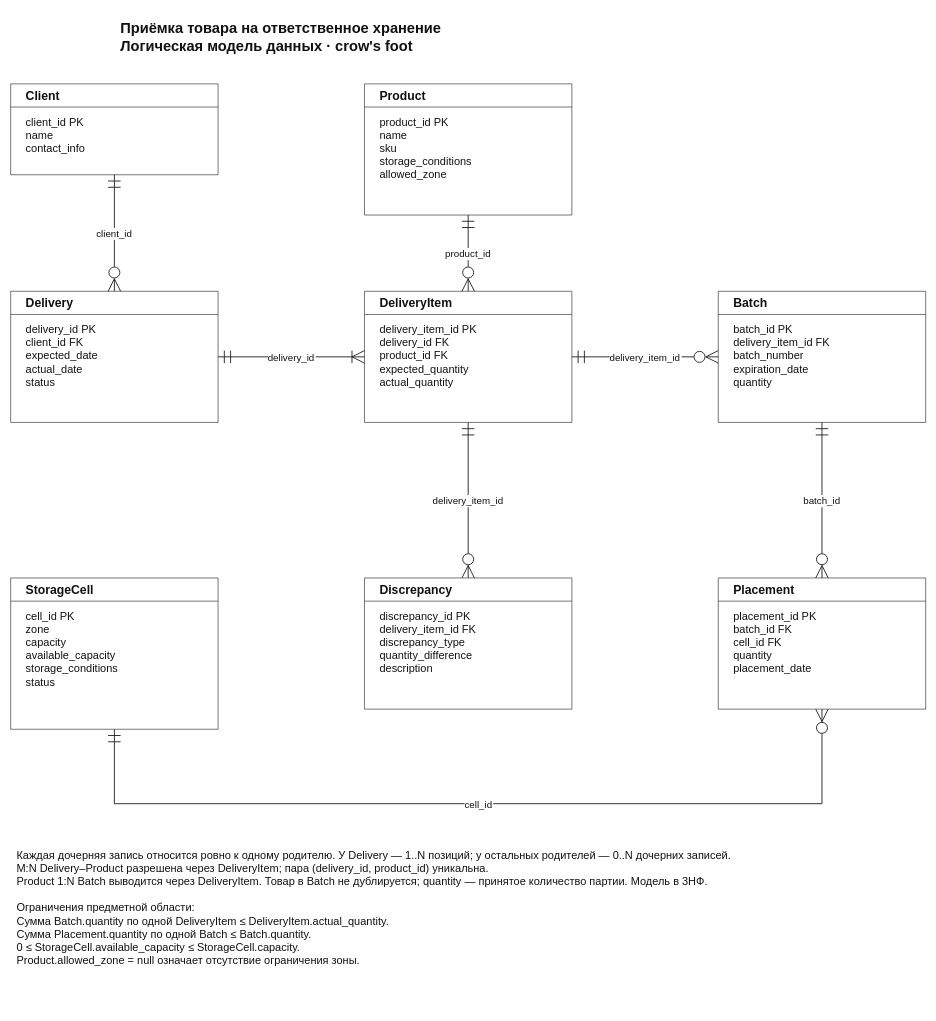
This is models/er_logical.drawio from alex020160/warehouse-responsible-storage, a draw.io file, before an edit. Source tidied: cells renumbered, new cells numbered last; positions are measured from the earlier drawing's top-left corner, leaving out a move shared by most shapes. Both pictures are drawn from the tidied source at 61%, with x=0, y=0 at pixel (10, 10).
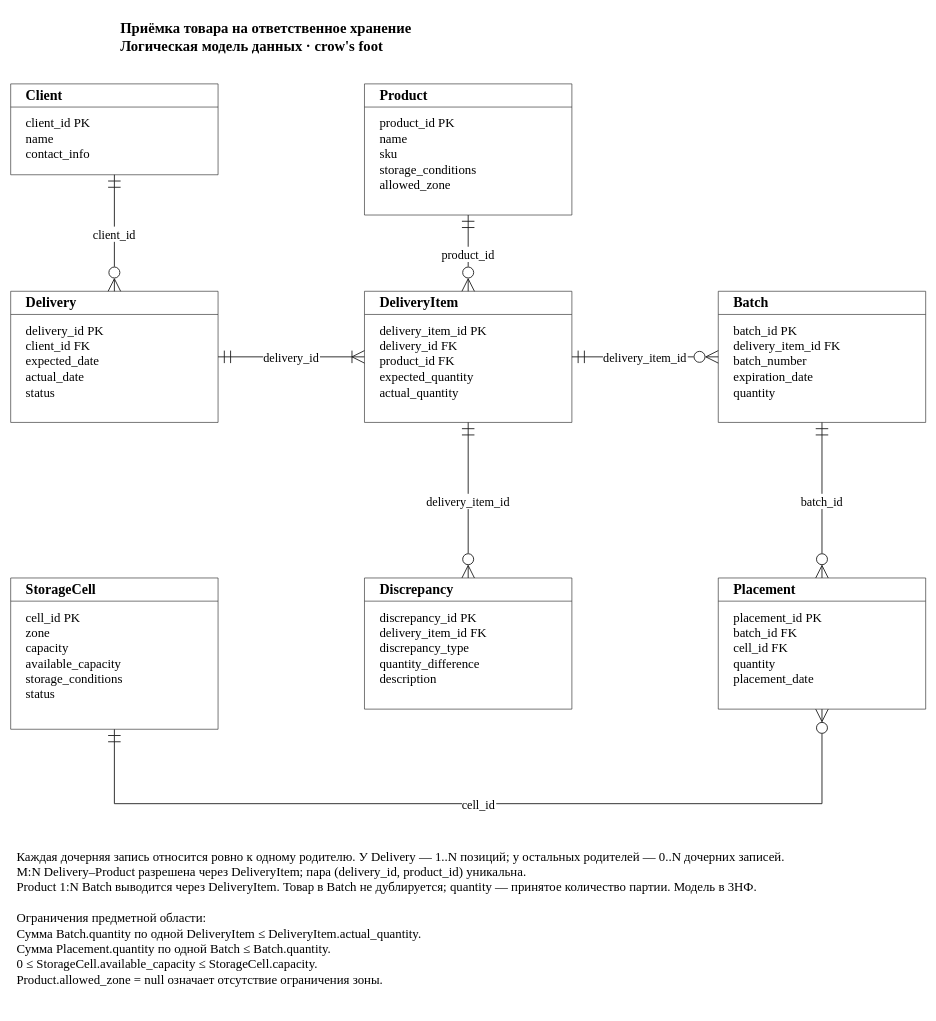
After the change.

Change to the diagram source:
```diff
@@
-    <mxCell id="2" value="Приёмка товара на ответственное хранение&#10;Логическая модель данных · crow's foot" style="text;strokeColor=none;fillColor=none;whiteSpace=wrap;html=0;fontFamily=Arial;fontSize=17;fontColor=#111111;strokeColor=#222222;fillColor=#ffffff;spacing=10;fontSize=24;fontStyle=1;strokeColor=none;fillColor=none;" parent="1" vertex="1">
+    <mxCell id="2" value="Приёмка товара на ответственное хранение&#10;Логическая модель данных · crow's foot" style="text;strokeColor=none;fillColor=none;whiteSpace=wrap;html=0;fontFamily=Times New Roman;fontSize=24;fontColor=#000000;spacing=10;fontStyle=1;" parent="1" vertex="1">
       <mxGeometry x="170" width="1300" height="75" as="geometry" />
     </mxCell>
-    <mxCell id="3" value="Client" style="swimlane;startSize=38;horizontal=1;rounded=0;whiteSpace=wrap;html=0;fontFamily=Arial;fontSize=17;fontColor=#111111;strokeColor=#222222;fillColor=#ffffff;spacing=10;fontSize=20;fontStyle=1;align=left;spacingLeft=15;" parent="1" vertex="1">
+    <mxCell id="3" value="Client" style="swimlane;startSize=38;horizontal=1;rounded=0;whiteSpace=wrap;html=0;fontFamily=Times New Roman;fontSize=23;fontColor=#000000;strokeColor=#222222;fillColor=#ffffff;spacing=10;fontStyle=1;align=left;spacingLeft=15;" parent="1" vertex="1">
       <mxGeometry y="120" width="340" height="149" as="geometry" />
     </mxCell>
-    <mxCell id="4" value="client_id  PK&#10;name&#10;contact_info" style="text;strokeColor=none;fillColor=none;whiteSpace=wrap;html=0;fontFamily=Arial;fontSize=17;fontColor=#111111;strokeColor=#222222;fillColor=#ffffff;spacing=10;align=left;verticalAlign=top;fontSize=18;spacingLeft=15;strokeColor=none;fillColor=none;" parent="3" vertex="1">
+    <mxCell id="4" value="client_id  PK&#10;name&#10;contact_info" style="text;strokeColor=none;fillColor=none;whiteSpace=wrap;html=0;fontFamily=Times New Roman;fontSize=21;fontColor=#000000;spacing=10;align=left;verticalAlign=top;spacingLeft=15;" parent="3" vertex="1">
       <mxGeometry y="38" width="340" height="111" as="geometry" />
     </mxCell>
-    <mxCell id="5" value="Delivery" style="swimlane;startSize=38;horizontal=1;rounded=0;whiteSpace=wrap;html=0;fontFamily=Arial;fontSize=17;fontColor=#111111;strokeColor=#222222;fillColor=#ffffff;spacing=10;fontSize=20;fontStyle=1;align=left;spacingLeft=15;" parent="1" vertex="1">
+    <mxCell id="5" value="Delivery" style="swimlane;startSize=38;horizontal=1;rounded=0;whiteSpace=wrap;html=0;fontFamily=Times New Roman;fontSize=23;fontColor=#000000;strokeColor=#222222;fillColor=#ffffff;spacing=10;fontStyle=1;align=left;spacingLeft=15;" parent="1" vertex="1">
       <mxGeometry y="460" width="340" height="215" as="geometry" />
     </mxCell>
-    <mxCell id="6" value="delivery_id  PK&#10;client_id  FK&#10;expected_date&#10;actual_date&#10;status" style="text;strokeColor=none;fillColor=none;whiteSpace=wrap;html=0;fontFamily=Arial;fontSize=17;fontColor=#111111;strokeColor=#222222;fillColor=#ffffff;spacing=10;align=left;verticalAlign=top;fontSize=18;spacingLeft=15;strokeColor=none;fillColor=none;" parent="5" vertex="1">
+    <mxCell id="6" value="delivery_id  PK&#10;client_id  FK&#10;expected_date&#10;actual_date&#10;status" style="text;strokeColor=none;fillColor=none;whiteSpace=wrap;html=0;fontFamily=Times New Roman;fontSize=21;fontColor=#000000;spacing=10;align=left;verticalAlign=top;spacingLeft=15;" parent="5" vertex="1">
       <mxGeometry y="38" width="340" height="177" as="geometry" />
     </mxCell>
-    <mxCell id="7" value="Product" style="swimlane;startSize=38;horizontal=1;rounded=0;whiteSpace=wrap;html=0;fontFamily=Arial;fontSize=17;fontColor=#111111;strokeColor=#222222;fillColor=#ffffff;spacing=10;fontSize=20;fontStyle=1;align=left;spacingLeft=15;" parent="1" vertex="1">
+    <mxCell id="7" value="Product" style="swimlane;startSize=38;horizontal=1;rounded=0;whiteSpace=wrap;html=0;fontFamily=Times New Roman;fontSize=23;fontColor=#000000;strokeColor=#222222;fillColor=#ffffff;spacing=10;fontStyle=1;align=left;spacingLeft=15;" parent="1" vertex="1">
       <mxGeometry x="580" y="120" width="340" height="215" as="geometry" />
     </mxCell>
-    <mxCell id="8" value="product_id  PK&#10;name&#10;sku&#10;storage_conditions&#10;allowed_zone" style="text;strokeColor=none;fillColor=none;whiteSpace=wrap;html=0;fontFamily=Arial;fontSize=17;fontColor=#111111;strokeColor=#222222;fillColor=#ffffff;spacing=10;align=left;verticalAlign=top;fontSize=18;spacingLeft=15;strokeColor=none;fillColor=none;" parent="7" vertex="1">
+    <mxCell id="8" value="product_id  PK&#10;name&#10;sku&#10;storage_conditions&#10;allowed_zone" style="text;strokeColor=none;fillColor=none;whiteSpace=wrap;html=0;fontFamily=Times New Roman;fontSize=21;fontColor=#000000;spacing=10;align=left;verticalAlign=top;spacingLeft=15;" parent="7" vertex="1">
       <mxGeometry y="38" width="340" height="177" as="geometry" />
     </mxCell>
-    <mxCell id="9" value="DeliveryItem" style="swimlane;startSize=38;horizontal=1;rounded=0;whiteSpace=wrap;html=0;fontFamily=Arial;fontSize=17;fontColor=#111111;strokeColor=#222222;fillColor=#ffffff;spacing=10;fontSize=20;fontStyle=1;align=left;spacingLeft=15;" parent="1" vertex="1">
+    <mxCell id="9" value="DeliveryItem" style="swimlane;startSize=38;horizontal=1;rounded=0;whiteSpace=wrap;html=0;fontFamily=Times New Roman;fontSize=23;fontColor=#000000;strokeColor=#222222;fillColor=#ffffff;spacing=10;fontStyle=1;align=left;spacingLeft=15;" parent="1" vertex="1">
       <mxGeometry x="580" y="460" width="340" height="215" as="geometry" />
     </mxCell>
-    <mxCell id="10" value="delivery_item_id  PK&#10;delivery_id  FK&#10;product_id  FK&#10;expected_quantity&#10;actual_quantity" style="text;strokeColor=none;fillColor=none;whiteSpace=wrap;html=0;fontFamily=Arial;fontSize=17;fontColor=#111111;strokeColor=#222222;fillColor=#ffffff;spacing=10;align=left;verticalAlign=top;fontSize=18;spacingLeft=15;strokeColor=none;fillColor=none;" parent="9" vertex="1">
+    <mxCell id="10" value="delivery_item_id  PK&#10;delivery_id  FK&#10;product_id  FK&#10;expected_quantity&#10;actual_quantity" style="text;strokeColor=none;fillColor=none;whiteSpace=wrap;html=0;fontFamily=Times New Roman;fontSize=21;fontColor=#000000;spacing=10;align=left;verticalAlign=top;spacingLeft=15;" parent="9" vertex="1">
       <mxGeometry y="38" width="340" height="177" as="geometry" />
     </mxCell>
-    <mxCell id="11" value="Batch" style="swimlane;startSize=38;horizontal=1;rounded=0;whiteSpace=wrap;html=0;fontFamily=Arial;fontSize=17;fontColor=#111111;strokeColor=#222222;fillColor=#ffffff;spacing=10;fontSize=20;fontStyle=1;align=left;spacingLeft=15;" parent="1" vertex="1">
+    <mxCell id="11" value="Batch" style="swimlane;startSize=38;horizontal=1;rounded=0;whiteSpace=wrap;html=0;fontFamily=Times New Roman;fontSize=23;fontColor=#000000;strokeColor=#222222;fillColor=#ffffff;spacing=10;fontStyle=1;align=left;spacingLeft=15;" parent="1" vertex="1">
       <mxGeometry x="1160" y="460" width="340" height="215" as="geometry" />
     </mxCell>
-    <mxCell id="12" value="batch_id  PK&#10;delivery_item_id  FK&#10;batch_number&#10;expiration_date&#10;quantity" style="text;strokeColor=none;fillColor=none;whiteSpace=wrap;html=0;fontFamily=Arial;fontSize=17;fontColor=#111111;strokeColor=#222222;fillColor=#ffffff;spacing=10;align=left;verticalAlign=top;fontSize=18;spacingLeft=15;strokeColor=none;fillColor=none;" parent="11" vertex="1">
+    <mxCell id="12" value="batch_id  PK&#10;delivery_item_id  FK&#10;batch_number&#10;expiration_date&#10;quantity" style="text;strokeColor=none;fillColor=none;whiteSpace=wrap;html=0;fontFamily=Times New Roman;fontSize=21;fontColor=#000000;spacing=10;align=left;verticalAlign=top;spacingLeft=15;" parent="11" vertex="1">
       <mxGeometry y="38" width="340" height="177" as="geometry" />
     </mxCell>
-    <mxCell id="13" value="Discrepancy" style="swimlane;startSize=38;horizontal=1;rounded=0;whiteSpace=wrap;html=0;fontFamily=Arial;fontSize=17;fontColor=#111111;strokeColor=#222222;fillColor=#ffffff;spacing=10;fontSize=20;fontStyle=1;align=left;spacingLeft=15;" parent="1" vertex="1">
+    <mxCell id="13" value="Discrepancy" style="swimlane;startSize=38;horizontal=1;rounded=0;whiteSpace=wrap;html=0;fontFamily=Times New Roman;fontSize=23;fontColor=#000000;strokeColor=#222222;fillColor=#ffffff;spacing=10;fontStyle=1;align=left;spacingLeft=15;" parent="1" vertex="1">
       <mxGeometry x="580" y="930" width="340" height="215" as="geometry" />
     </mxCell>
-    <mxCell id="14" value="discrepancy_id  PK&#10;delivery_item_id  FK&#10;discrepancy_type&#10;quantity_difference&#10;description" style="text;strokeColor=none;fillColor=none;whiteSpace=wrap;html=0;fontFamily=Arial;fontSize=17;fontColor=#111111;strokeColor=#222222;fillColor=#ffffff;spacing=10;align=left;verticalAlign=top;fontSize=18;spacingLeft=15;strokeColor=none;fillColor=none;" parent="13" vertex="1">
+    <mxCell id="14" value="discrepancy_id  PK&#10;delivery_item_id  FK&#10;discrepancy_type&#10;quantity_difference&#10;description" style="text;strokeColor=none;fillColor=none;whiteSpace=wrap;html=0;fontFamily=Times New Roman;fontSize=21;fontColor=#000000;spacing=10;align=left;verticalAlign=top;spacingLeft=15;" parent="13" vertex="1">
       <mxGeometry y="38" width="340" height="177" as="geometry" />
     </mxCell>
-    <mxCell id="15" value="StorageCell" style="swimlane;startSize=38;horizontal=1;rounded=0;whiteSpace=wrap;html=0;fontFamily=Arial;fontSize=17;fontColor=#111111;strokeColor=#222222;fillColor=#ffffff;spacing=10;fontSize=20;fontStyle=1;align=left;spacingLeft=15;" parent="1" vertex="1">
+    <mxCell id="15" value="StorageCell" style="swimlane;startSize=38;horizontal=1;rounded=0;whiteSpace=wrap;html=0;fontFamily=Times New Roman;fontSize=23;fontColor=#000000;strokeColor=#222222;fillColor=#ffffff;spacing=10;fontStyle=1;align=left;spacingLeft=15;" parent="1" vertex="1">
       <mxGeometry y="930" width="340" height="248" as="geometry" />
     </mxCell>
-    <mxCell id="16" value="cell_id  PK&#10;zone&#10;capacity&#10;available_capacity&#10;storage_conditions&#10;status" style="text;strokeColor=none;fillColor=none;whiteSpace=wrap;html=0;fontFamily=Arial;fontSize=17;fontColor=#111111;strokeColor=#222222;fillColor=#ffffff;spacing=10;align=left;verticalAlign=top;fontSize=18;spacingLeft=15;strokeColor=none;fillColor=none;" parent="15" vertex="1">
+    <mxCell id="16" value="cell_id  PK&#10;zone&#10;capacity&#10;available_capacity&#10;storage_conditions&#10;status" style="text;strokeColor=none;fillColor=none;whiteSpace=wrap;html=0;fontFamily=Times New Roman;fontSize=21;fontColor=#000000;spacing=10;align=left;verticalAlign=top;spacingLeft=15;" parent="15" vertex="1">
       <mxGeometry y="38" width="340" height="210" as="geometry" />
     </mxCell>
-    <mxCell id="17" value="Placement" style="swimlane;startSize=38;horizontal=1;rounded=0;whiteSpace=wrap;html=0;fontFamily=Arial;fontSize=17;fontColor=#111111;strokeColor=#222222;fillColor=#ffffff;spacing=10;fontSize=20;fontStyle=1;align=left;spacingLeft=15;" parent="1" vertex="1">
+    <mxCell id="17" value="Placement" style="swimlane;startSize=38;horizontal=1;rounded=0;whiteSpace=wrap;html=0;fontFamily=Times New Roman;fontSize=23;fontColor=#000000;strokeColor=#222222;fillColor=#ffffff;spacing=10;fontStyle=1;align=left;spacingLeft=15;" parent="1" vertex="1">
       <mxGeometry x="1160" y="930" width="340" height="215" as="geometry" />
     </mxCell>
-    <mxCell id="18" value="placement_id  PK&#10;batch_id  FK&#10;cell_id  FK&#10;quantity&#10;placement_date" style="text;strokeColor=none;fillColor=none;whiteSpace=wrap;html=0;fontFamily=Arial;fontSize=17;fontColor=#111111;strokeColor=#222222;fillColor=#ffffff;spacing=10;align=left;verticalAlign=top;fontSize=18;spacingLeft=15;strokeColor=none;fillColor=none;" parent="17" vertex="1">
+    <mxCell id="18" value="placement_id  PK&#10;batch_id  FK&#10;cell_id  FK&#10;quantity&#10;placement_date" style="text;strokeColor=none;fillColor=none;whiteSpace=wrap;html=0;fontFamily=Times New Roman;fontSize=21;fontColor=#000000;spacing=10;align=left;verticalAlign=top;spacingLeft=15;" parent="17" vertex="1">
       <mxGeometry y="38" width="340" height="177" as="geometry" />
     </mxCell>
-    <mxCell id="19" value="client_id" style="edgeStyle=orthogonalEdgeStyle;rounded=0;html=0;endArrow=block;endFill=1;strokeColor=#222222;fontColor=#111111;strokeWidth=1.5;fontFamily=Arial;fontSize=16;labelBackgroundColor=#ffffff;exitX=0.5;exitY=1;entryX=0.5;entryY=0;startArrow=ERmandOne;startFill=0;endArrow=ERzeroToMany;endFill=0;startSize=18;endSize=18;" parent="1" edge="1" source="3" target="5">
+    <mxCell id="19" value="client_id" style="edgeStyle=orthogonalEdgeStyle;rounded=0;html=0;endArrow=ERzeroToMany;endFill=0;strokeColor=#222222;fontColor=#000000;strokeWidth=1.5;fontFamily=Times New Roman;fontSize=20;labelBackgroundColor=#ffffff;exitX=0.5;exitY=1;entryX=0.5;entryY=0;startArrow=ERmandOne;startFill=0;startSize=18;endSize=18;" parent="1" edge="1" source="3" target="5">
       <mxGeometry relative="1" as="geometry" />
     </mxCell>
-    <mxCell id="20" value="delivery_id" style="edgeStyle=orthogonalEdgeStyle;rounded=0;html=0;endArrow=block;endFill=1;strokeColor=#222222;fontColor=#111111;strokeWidth=1.5;fontFamily=Arial;fontSize=16;labelBackgroundColor=#ffffff;exitX=1;exitY=0.5;entryX=0;entryY=0.5;startArrow=ERmandOne;startFill=0;endArrow=ERoneToMany;endFill=0;startSize=18;endSize=18;" parent="1" edge="1" source="5" target="9">
+    <mxCell id="20" value="delivery_id" style="edgeStyle=orthogonalEdgeStyle;rounded=0;html=0;endArrow=ERoneToMany;endFill=0;strokeColor=#222222;fontColor=#000000;strokeWidth=1.5;fontFamily=Times New Roman;fontSize=20;labelBackgroundColor=#ffffff;exitX=1;exitY=0.5;entryX=0;entryY=0.5;startArrow=ERmandOne;startFill=0;startSize=18;endSize=18;" parent="1" edge="1" source="5" target="9">
       <mxGeometry relative="1" as="geometry" />
     </mxCell>
-    <mxCell id="21" value="product_id" style="edgeStyle=orthogonalEdgeStyle;rounded=0;html=0;endArrow=block;endFill=1;strokeColor=#222222;fontColor=#111111;strokeWidth=1.5;fontFamily=Arial;fontSize=16;labelBackgroundColor=#ffffff;exitX=0.5;exitY=1;entryX=0.5;entryY=0;startArrow=ERmandOne;startFill=0;endArrow=ERzeroToMany;endFill=0;startSize=18;endSize=18;" parent="1" edge="1" source="7" target="9">
+    <mxCell id="21" value="product_id" style="edgeStyle=orthogonalEdgeStyle;rounded=0;html=0;endArrow=ERzeroToMany;endFill=0;strokeColor=#222222;fontColor=#000000;strokeWidth=1.5;fontFamily=Times New Roman;fontSize=20;labelBackgroundColor=#ffffff;exitX=0.5;exitY=1;entryX=0.5;entryY=0;startArrow=ERmandOne;startFill=0;startSize=18;endSize=18;" parent="1" edge="1" source="7" target="9">
       <mxGeometry relative="1" as="geometry" />
     </mxCell>
-    <mxCell id="22" value="delivery_item_id" style="edgeStyle=orthogonalEdgeStyle;rounded=0;html=0;endArrow=block;endFill=1;strokeColor=#222222;fontColor=#111111;strokeWidth=1.5;fontFamily=Arial;fontSize=16;labelBackgroundColor=#ffffff;exitX=1;exitY=0.5;entryX=0;entryY=0.5;startArrow=ERmandOne;startFill=0;endArrow=ERzeroToMany;endFill=0;startSize=18;endSize=18;" parent="1" edge="1" source="9" target="11">
+    <mxCell id="22" value="delivery_item_id" style="edgeStyle=orthogonalEdgeStyle;rounded=0;html=0;endArrow=ERzeroToMany;endFill=0;strokeColor=#222222;fontColor=#000000;strokeWidth=1.5;fontFamily=Times New Roman;fontSize=20;labelBackgroundColor=#ffffff;exitX=1;exitY=0.5;entryX=0;entryY=0.5;startArrow=ERmandOne;startFill=0;startSize=18;endSize=18;" parent="1" edge="1" source="9" target="11">
       <mxGeometry relative="1" as="geometry" />
     </mxCell>
-    <mxCell id="23" value="delivery_item_id" style="edgeStyle=orthogonalEdgeStyle;rounded=0;html=0;endArrow=block;endFill=1;strokeColor=#222222;fontColor=#111111;strokeWidth=1.5;fontFamily=Arial;fontSize=16;labelBackgroundColor=#ffffff;exitX=0.5;exitY=1;entryX=0.5;entryY=0;startArrow=ERmandOne;startFill=0;endArrow=ERzeroToMany;endFill=0;startSize=18;endSize=18;" parent="1" edge="1" source="9" target="13">
+    <mxCell id="23" value="delivery_item_id" style="edgeStyle=orthogonalEdgeStyle;rounded=0;html=0;endArrow=ERzeroToMany;endFill=0;strokeColor=#222222;fontColor=#000000;strokeWidth=1.5;fontFamily=Times New Roman;fontSize=20;labelBackgroundColor=#ffffff;exitX=0.5;exitY=1;entryX=0.5;entryY=0;startArrow=ERmandOne;startFill=0;startSize=18;endSize=18;" parent="1" edge="1" source="9" target="13">
       <mxGeometry relative="1" as="geometry" />
     </mxCell>
-    <mxCell id="24" value="batch_id" style="edgeStyle=orthogonalEdgeStyle;rounded=0;html=0;endArrow=block;endFill=1;strokeColor=#222222;fontColor=#111111;strokeWidth=1.5;fontFamily=Arial;fontSize=16;labelBackgroundColor=#ffffff;exitX=0.5;exitY=1;entryX=0.5;entryY=0;startArrow=ERmandOne;startFill=0;endArrow=ERzeroToMany;endFill=0;startSize=18;endSize=18;" parent="1" edge="1" source="11" target="17">
+    <mxCell id="24" value="batch_id" style="edgeStyle=orthogonalEdgeStyle;rounded=0;html=0;endArrow=ERzeroToMany;endFill=0;strokeColor=#222222;fontColor=#000000;strokeWidth=1.5;fontFamily=Times New Roman;fontSize=20;labelBackgroundColor=#ffffff;exitX=0.5;exitY=1;entryX=0.5;entryY=0;startArrow=ERmandOne;startFill=0;startSize=18;endSize=18;" parent="1" edge="1" source="11" target="17">
       <mxGeometry relative="1" as="geometry" />
     </mxCell>
-    <mxCell id="25" value="cell_id" style="edgeStyle=orthogonalEdgeStyle;rounded=0;html=0;endArrow=block;endFill=1;strokeColor=#222222;fontColor=#111111;strokeWidth=1.5;fontFamily=Arial;fontSize=16;labelBackgroundColor=#ffffff;exitX=0.5;exitY=1;entryX=0.5;entryY=1;startArrow=ERmandOne;startFill=0;endArrow=ERzeroToMany;endFill=0;startSize=18;endSize=18;" parent="1" edge="1" source="15" target="17">
+    <mxCell id="25" value="cell_id" style="edgeStyle=orthogonalEdgeStyle;rounded=0;html=0;endArrow=ERzeroToMany;endFill=0;strokeColor=#222222;fontColor=#000000;strokeWidth=1.5;fontFamily=Times New Roman;fontSize=20;labelBackgroundColor=#ffffff;exitX=0.5;exitY=1;entryX=0.5;entryY=1;startArrow=ERmandOne;startFill=0;startSize=18;endSize=18;" parent="1" edge="1" source="15" target="17">
       <mxGeometry relative="1" as="geometry">
         <Array as="points">
           <mxPoint x="170" y="1300" />
           <mxPoint x="1330" y="1300" />
         </Array>
       </mxGeometry>
     </mxCell>
-    <mxCell id="26" value="Каждая дочерняя запись относится ровно к одному родителю. У Delivery — 1..N позиций; у остальных родителей — 0..N дочерних записей.&#10;M:N Delivery–Product разрешена через DeliveryItem; пара (delivery_id, product_id) уникальна.&#10;Product 1:N Batch выводится через DeliveryItem. Товар в Batch не дублируется; quantity — принятое количество партии. Модель в 3НФ.&#10;&#10;Ограничения предметной области:&#10;Сумма Batch.quantity по одной DeliveryItem ≤ DeliveryItem.actual_quantity.&#10;Сумма Placement.quantity по одной Batch ≤ Batch.quantity.&#10;0 ≤ StorageCell.available_capacity ≤ StorageCell.capacity.&#10;Product.allowed_zone = null означает отсутствие ограничения зоны." style="text;strokeColor=none;fillColor=none;whiteSpace=wrap;html=0;fontFamily=Arial;fontSize=17;fontColor=#111111;strokeColor=#222222;fillColor=#ffffff;spacing=10;fontSize=18;align=left;strokeColor=none;fillColor=none;" parent="1" vertex="1">
+    <mxCell id="26" value="Каждая дочерняя запись относится ровно к одному родителю. У Delivery — 1..N позиций; у остальных родителей — 0..N дочерних записей.&#10;M:N Delivery–Product разрешена через DeliveryItem; пара (delivery_id, product_id) уникальна.&#10;Product 1:N Batch выводится через DeliveryItem. Товар в Batch не дублируется; quantity — принятое количество партии. Модель в 3НФ.&#10;&#10;Ограничения предметной области:&#10;Сумма Batch.quantity по одной DeliveryItem ≤ DeliveryItem.actual_quantity.&#10;Сумма Placement.quantity по одной Batch ≤ Batch.quantity.&#10;0 ≤ StorageCell.available_capacity ≤ StorageCell.capacity.&#10;Product.allowed_zone = null означает отсутствие ограничения зоны." style="text;strokeColor=none;fillColor=none;whiteSpace=wrap;html=0;fontFamily=Times New Roman;fontSize=21;fontColor=#000000;spacing=10;align=left;" parent="1" vertex="1">
       <mxGeometry y="1360" width="1500" height="280" as="geometry" />
     </mxCell>
```
